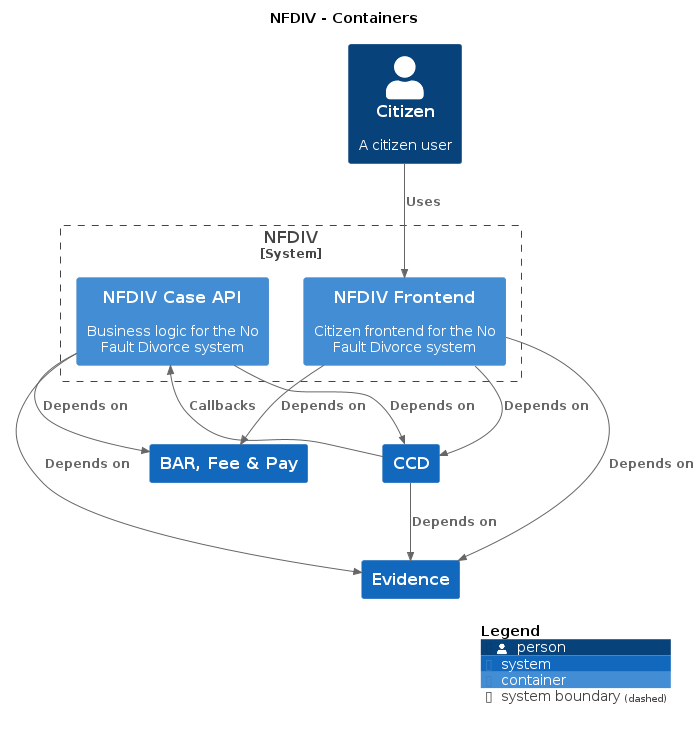
Above: docs/c4/nfdiv/images/structurizr-nfdiv-citizen.png in hmcts/cnp-api-docs (PlantUML), before the change.
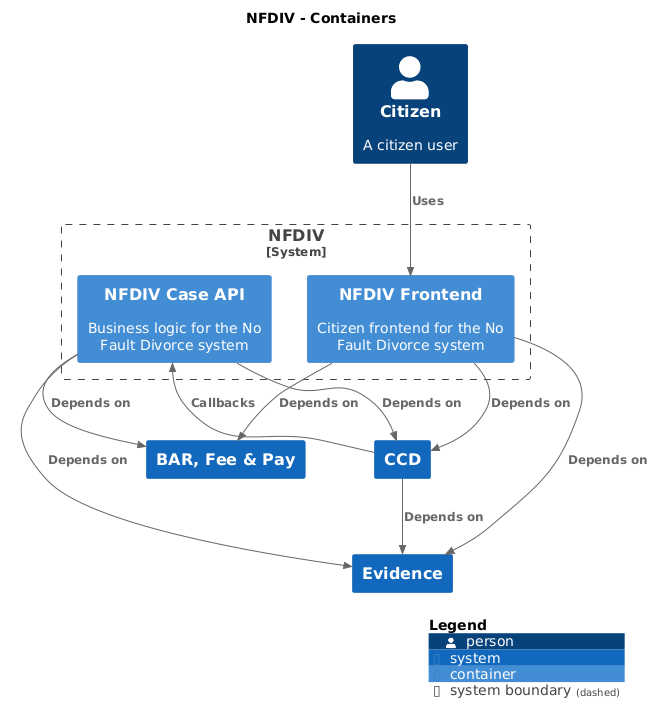
After the commit.

The edit, as a diff of the source:
```diff
@@ -8,8 +8,8 @@
 !include <C4/C4_Context>
 !include <C4/C4_Container>
 
+System(BARFeePay, "BAR, Fee & Pay", $descr="", $tags="", $link="")
 System(CCD, "CCD", $descr="", $tags="", $link="")
-System(BARFeePay, "BAR, Fee & Pay", $descr="", $tags="", $link="")
 System(Evidence, "Evidence", $descr="", $tags="", $link="")
 Person(Citizen, "Citizen", $descr="A citizen user", $tags="", $link="")
 
@@ -18,15 +18,15 @@
   Container(NFDIV.NFDIVCaseAPI, "NFDIV Case API", $techn="", $descr="Business logic for the No Fault Divorce system", $tags="", $link="")
 }
 
-Rel_D(CCD, Evidence, "Depends on", $techn="", $tags="", $link="")
-Rel_D(NFDIV.NFDIVFrontend, CCD, "Depends on", $techn="", $tags="", $link="")
-Rel_D(NFDIV.NFDIVFrontend, BARFeePay, "Depends on", $techn="", $tags="", $link="")
-Rel_D(NFDIV.NFDIVFrontend, Evidence, "Depends on", $techn="", $tags="", $link="")
-Rel_D(NFDIV.NFDIVCaseAPI, CCD, "Depends on", $techn="", $tags="", $link="")
-Rel_D(NFDIV.NFDIVCaseAPI, BARFeePay, "Depends on", $techn="", $tags="", $link="")
-Rel_D(NFDIV.NFDIVCaseAPI, Evidence, "Depends on", $techn="", $tags="", $link="")
-Rel_D(Citizen, NFDIV.NFDIVFrontend, "Uses", $techn="", $tags="", $link="")
-Rel_D(CCD, NFDIV.NFDIVCaseAPI, "Callbacks", $techn="", $tags="", $link="")
+Rel(CCD, Evidence, "Depends on", $techn="", $tags="", $link="")
+Rel(NFDIV.NFDIVFrontend, CCD, "Depends on", $techn="", $tags="", $link="")
+Rel(NFDIV.NFDIVFrontend, BARFeePay, "Depends on", $techn="", $tags="", $link="")
+Rel(NFDIV.NFDIVFrontend, Evidence, "Depends on", $techn="", $tags="", $link="")
+Rel(NFDIV.NFDIVCaseAPI, CCD, "Depends on", $techn="", $tags="", $link="")
+Rel(NFDIV.NFDIVCaseAPI, BARFeePay, "Depends on", $techn="", $tags="", $link="")
+Rel(NFDIV.NFDIVCaseAPI, Evidence, "Depends on", $techn="", $tags="", $link="")
+Rel(Citizen, NFDIV.NFDIVFrontend, "Uses", $techn="", $tags="", $link="")
+Rel(CCD, NFDIV.NFDIVCaseAPI, "Callbacks", $techn="", $tags="", $link="")
 
 SHOW_DYNAMIC_LEGEND()
 @enduml
```
